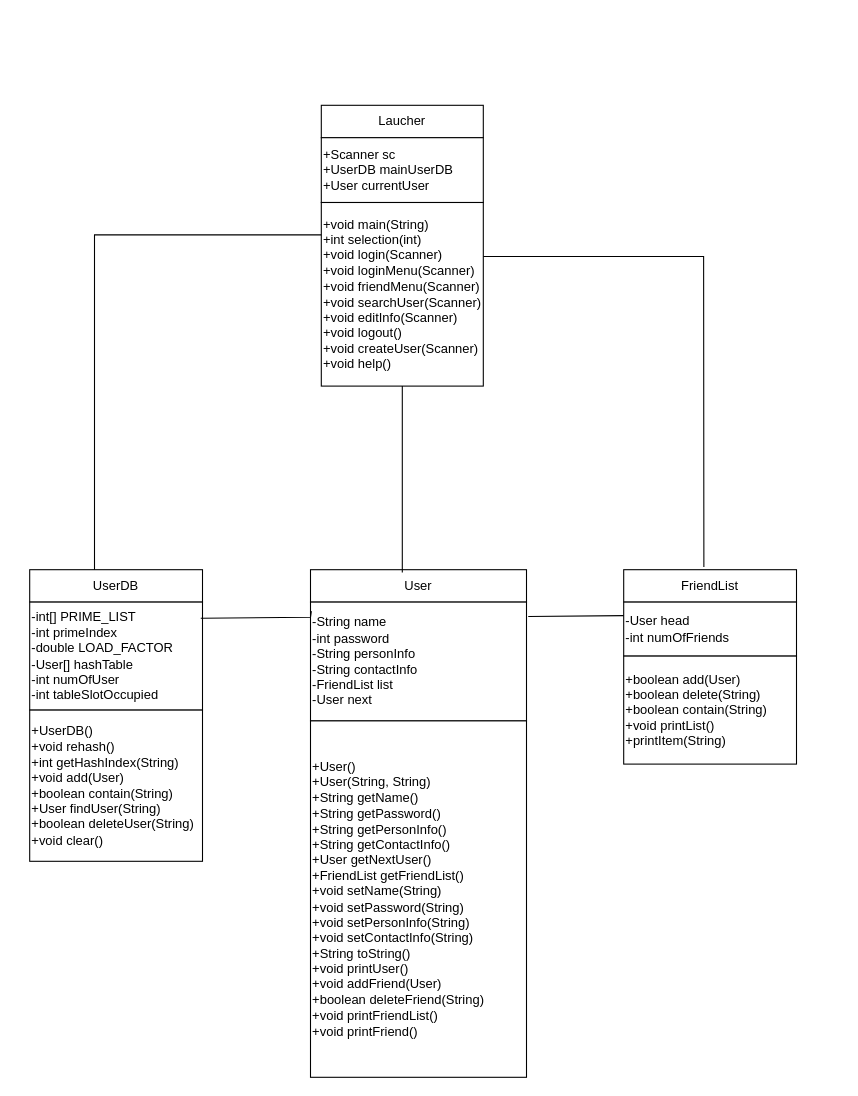
The draw.io diagram Practice/src/FansBook/Untitled Diagram.drawio in Edujesseyang/CIS-D022C, before the edit. Source tidied: cells renumbered, new cells numbered last; positions are measured from the earlier drawing's top-left corner, leaving out a move shared by most shapes. Both pictures are drawn from the tidied source at 108%, with x=0, y=0 at pixel (29, 105).
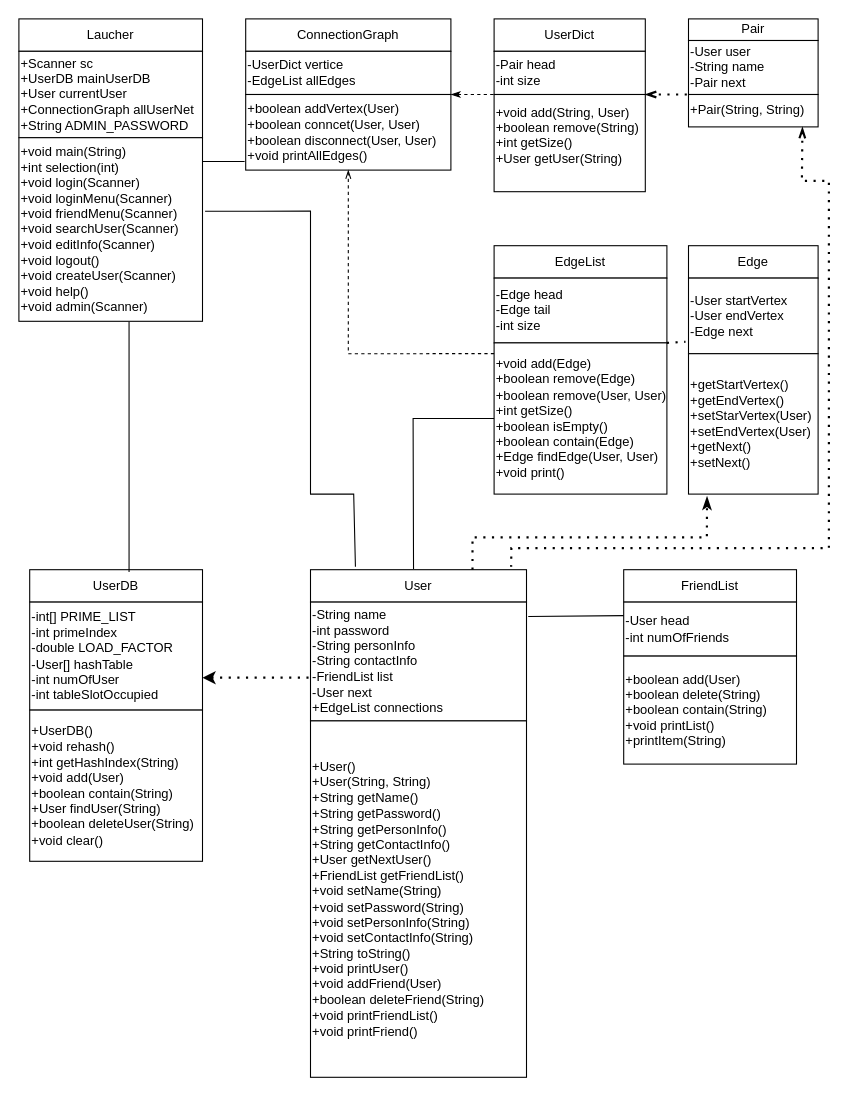
After the change.

Unchanged cells that the change refers to:
```xml
<mxCell id="5" value="User" style="rounded=0;whiteSpace=wrap;html=1;" parent="1" vertex="1">
  <mxGeometry x="260" y="430" width="200" height="30" as="geometry" />
</mxCell>
<mxCell id="8" value="FriendList" style="rounded=0;whiteSpace=wrap;html=1;" parent="1" vertex="1">
  <mxGeometry x="550" y="430" width="160" height="30" as="geometry" />
</mxCell>
<mxCell id="11" value="UserDB" style="rounded=0;whiteSpace=wrap;html=1;" parent="1" vertex="1">
  <mxGeometry y="430" width="160" height="30" as="geometry" />
</mxCell>
<mxCell id="12" value="-int[] PRIME_LIST&lt;div&gt;-int primeIndex&lt;/div&gt;&lt;div&gt;-double LOAD_FACTOR&lt;/div&gt;&lt;div&gt;-User[] hashTable&lt;/div&gt;&lt;div&gt;-int numOfUser&lt;/div&gt;&lt;div&gt;-int tableSlotOccupied&lt;/div&gt;" style="rounded=0;whiteSpace=wrap;html=1;align=left;" parent="1" vertex="1">
  <mxGeometry y="460" width="160" height="100" as="geometry" />
</mxCell>
```

What changed in the source:
```diff
@@
     <mxCell id="2" value="Laucher" style="rounded=0;whiteSpace=wrap;html=1;" parent="1" vertex="1">
-      <mxGeometry x="270" width="150" height="30" as="geometry" />
+      <mxGeometry x="-10" y="-80" width="170" height="30" as="geometry" />
     </mxCell>
-    <mxCell id="3" value="+Scanner sc&lt;div&gt;+UserDB mainUserDB&lt;/div&gt;&lt;div&gt;+User currentUser&lt;/div&gt;" style="rounded=0;whiteSpace=wrap;html=1;align=left;" parent="1" vertex="1">
-      <mxGeometry x="270" y="30" width="150" height="60" as="geometry" />
+    <mxCell id="3" value="+Scanner sc&lt;div&gt;+UserDB mainUserDB&lt;/div&gt;&lt;div&gt;+User currentUser&lt;/div&gt;&lt;div&gt;+ConnectionGraph allUserNet&lt;/div&gt;&lt;div&gt;+String ADMIN_PASSWORD&lt;/div&gt;" style="rounded=0;whiteSpace=wrap;html=1;align=left;" parent="1" vertex="1">
+      <mxGeometry x="-10" y="-50" width="170" height="80" as="geometry" />
     </mxCell>
-    <mxCell id="4" value="+void main(String)&lt;div&gt;+int selection(int)&lt;/div&gt;&lt;div&gt;+void login(Scanner)&lt;/div&gt;&lt;div&gt;+void loginMenu(Scanner)&lt;/div&gt;&lt;div&gt;+void friendMenu(Scanner)&lt;/div&gt;&lt;div&gt;+void searchUser(Scanner)&lt;/div&gt;&lt;div&gt;+void editInfo(Scanner)&lt;/div&gt;&lt;div&gt;+void logout()&lt;/div&gt;&lt;div&gt;+void createUser(Scanner)&lt;/div&gt;&lt;div&gt;+void help()&lt;/div&gt;" style="rounded=0;whiteSpace=wrap;html=1;align=left;" parent="1" vertex="1">
-      <mxGeometry x="270" y="90" width="150" height="170" as="geometry" />
+    <mxCell id="4" value="+void main(String)&lt;div&gt;+int selection(int)&lt;/div&gt;&lt;div&gt;+void login(Scanner)&lt;/div&gt;&lt;div&gt;+void loginMenu(Scanner)&lt;/div&gt;&lt;div&gt;+void friendMenu(Scanner)&lt;/div&gt;&lt;div&gt;+void searchUser(Scanner)&lt;/div&gt;&lt;div&gt;+void editInfo(Scanner)&lt;/div&gt;&lt;div&gt;+void logout()&lt;/div&gt;&lt;div&gt;+void createUser(Scanner)&lt;/div&gt;&lt;div&gt;+void help()&lt;/div&gt;&lt;div&gt;+void admin(Scanner)&lt;/div&gt;" style="rounded=0;whiteSpace=wrap;html=1;align=left;" parent="1" vertex="1">
+      <mxGeometry x="-10" y="30" width="170" height="170" as="geometry" />
     </mxCell>
@@
-    <mxCell id="6" value="-String name&lt;div&gt;-int password&lt;/div&gt;&lt;div&gt;-String personInfo&lt;/div&gt;&lt;div&gt;-String contactInfo&lt;/div&gt;&lt;div&gt;-FriendList list&lt;/div&gt;&lt;div&gt;-User next&lt;/div&gt;" style="rounded=0;whiteSpace=wrap;html=1;align=left;" parent="1" vertex="1">
+    <mxCell id="6" value="-String name&lt;div&gt;-int password&lt;/div&gt;&lt;div&gt;-String personInfo&lt;/div&gt;&lt;div&gt;-String contactInfo&lt;/div&gt;&lt;div&gt;-FriendList list&lt;/div&gt;&lt;div&gt;-User next&lt;/div&gt;&lt;div&gt;+EdgeList connections&lt;/div&gt;" style="rounded=0;whiteSpace=wrap;html=1;align=left;" parent="1" vertex="1">
       <mxGeometry x="260" y="460" width="200" height="110" as="geometry" />
     </mxCell>
@@
-    <mxCell id="14" style="endArrow=none;html=1;rounded=0;exitX=0.99;exitY=0.15;exitDx=0;exitDy=0;exitPerimeter=0;entryX=0.004;entryY=0.076;entryDx=0;entryDy=0;entryPerimeter=0;" parent="1" edge="1" source="12" target="6">
-      <mxGeometry relative="1" as="geometry">
-        <Array as="points">
-          <mxPoint x="260" y="474" />
-        </Array>
-      </mxGeometry>
-    </mxCell>
@@
-    <mxCell id="16" style="endArrow=none;html=1;rounded=0;exitX=0.375;exitY=0;exitDx=0;exitDy=0;exitPerimeter=0;" parent="1" edge="1" source="11">
-      <mxGeometry relative="1" as="geometry">
-        <mxPoint x="270" y="120" as="targetPoint" />
-        <Array as="points">
-          <mxPoint x="60" y="120" />
-        </Array>
-      </mxGeometry>
-    </mxCell>
-    <mxCell id="17" style="endArrow=none;html=1;rounded=0;entryX=0.464;entryY=-0.083;entryDx=0;entryDy=0;entryPerimeter=0;" parent="1" edge="1" target="8">
-      <mxGeometry relative="1" as="geometry">
-        <mxPoint x="420" y="140" as="sourcePoint" />
-        <Array as="points">
-          <mxPoint x="624" y="140" />
-        </Array>
-      </mxGeometry>
-    </mxCell>
+    <mxCell id="19" value="ConnectionGraph" style="rounded=0;whiteSpace=wrap;html=1;" parent="1" vertex="1">
+      <mxGeometry x="200" y="-80" width="190" height="30" as="geometry" />
+    </mxCell>
+    <mxCell id="20" value="-UserDict vertice&lt;div&gt;-EdgeList allEdges&lt;/div&gt;" style="rounded=0;whiteSpace=wrap;html=1;align=left;" parent="1" vertex="1">
+      <mxGeometry x="200" y="-50" width="190" height="40" as="geometry" />
+    </mxCell>
+    <mxCell id="21" value="+boolean addVertex(User)&lt;div&gt;+boolean conncet(User, User)&lt;/div&gt;&lt;div style=&quot;&quot;&gt;+boolean disconnect(User, User)&lt;/div&gt;&lt;div style=&quot;&quot;&gt;+void printAllEdges()&lt;/div&gt;" style="rounded=0;whiteSpace=wrap;html=1;align=left;" parent="1" vertex="1">
+      <mxGeometry x="200" y="-10" width="190" height="70" as="geometry" />
+    </mxCell>
+    <mxCell id="22" value="UserDict" style="rounded=0;whiteSpace=wrap;html=1;" parent="1" vertex="1">
+      <mxGeometry x="430" y="-80" width="140" height="30" as="geometry" />
+    </mxCell>
+    <mxCell id="23" value="-Pair head&lt;div&gt;-int size&lt;/div&gt;" style="rounded=0;whiteSpace=wrap;html=1;align=left;" parent="1" vertex="1">
+      <mxGeometry x="430" y="-50" width="140" height="40" as="geometry" />
+    </mxCell>
+    <mxCell id="24" value="Pair" style="rounded=0;whiteSpace=wrap;html=1;" parent="1" vertex="1">
+      <mxGeometry x="610" y="-80" width="120" height="20" as="geometry" />
+    </mxCell>
+    <mxCell id="25" value="-User user&lt;div&gt;-String name&lt;/div&gt;&lt;div&gt;-Pair next&lt;/div&gt;" style="rounded=0;whiteSpace=wrap;html=1;align=left;" parent="1" vertex="1">
+      <mxGeometry x="610" y="-60" width="120" height="50" as="geometry" />
+    </mxCell>
+    <mxCell id="26" value="+Pair(String, String)" style="rounded=0;whiteSpace=wrap;html=1;align=left;" parent="1" vertex="1">
+      <mxGeometry x="610" y="-10" width="120" height="30" as="geometry" />
+    </mxCell>
+    <mxCell id="27" value="+void add(String, User)&lt;div&gt;+boolean remove(String)&lt;/div&gt;&lt;div style=&quot;&quot;&gt;+int getSize()&lt;/div&gt;&lt;div style=&quot;&quot;&gt;+User getUser(String)&lt;/div&gt;&lt;div style=&quot;&quot;&gt;&lt;br&gt;&lt;/div&gt;" style="rounded=0;whiteSpace=wrap;html=1;align=left;" parent="1" vertex="1">
+      <mxGeometry x="430" y="-10" width="140" height="90" as="geometry" />
+    </mxCell>
+    <mxCell id="28" value="EdgeList" style="rounded=0;whiteSpace=wrap;html=1;" parent="1" vertex="1">
+      <mxGeometry x="430" y="130" width="160" height="30" as="geometry" />
+    </mxCell>
+    <mxCell id="29" value="-Edge head&lt;div&gt;-Edge tail&lt;/div&gt;&lt;div&gt;-int size&lt;/div&gt;" style="rounded=0;whiteSpace=wrap;html=1;align=left;" parent="1" vertex="1">
+      <mxGeometry x="430" y="160" width="160" height="60" as="geometry" />
+    </mxCell>
+    <mxCell id="30" value="+void add(Edge)&lt;div&gt;+boolean remove(Edge)&lt;/div&gt;&lt;div&gt;+boolean remove(User, User)&lt;/div&gt;&lt;div&gt;+int getSize()&lt;/div&gt;&lt;div&gt;+boolean isEmpty()&lt;/div&gt;&lt;div&gt;+boolean contain(Edge)&lt;/div&gt;&lt;div&gt;+Edge findEdge(User, User)&lt;/div&gt;&lt;div&gt;+void print()&lt;/div&gt;" style="rounded=0;whiteSpace=wrap;html=1;align=left;" parent="1" vertex="1">
+      <mxGeometry x="430" y="220" width="160" height="140" as="geometry" />
+    </mxCell>
+    <mxCell id="31" value="Edge" style="rounded=0;whiteSpace=wrap;html=1;" parent="1" vertex="1">
+      <mxGeometry x="610" y="130" width="120" height="30" as="geometry" />
+    </mxCell>
+    <mxCell id="32" value="-User startVertex&lt;div&gt;-User endVertex&lt;/div&gt;&lt;div&gt;-Edge next&lt;/div&gt;" style="rounded=0;whiteSpace=wrap;html=1;align=left;" parent="1" vertex="1">
+      <mxGeometry x="610" y="160" width="120" height="70" as="geometry" />
+    </mxCell>
+    <mxCell id="33" value="+getStartVertex()&lt;div&gt;+getEndVertex()&lt;/div&gt;&lt;div&gt;+setStarVertex(User)&lt;/div&gt;&lt;div&gt;+setEndVertex(User)&lt;/div&gt;&lt;div&gt;+getNext()&lt;/div&gt;&lt;div&gt;+setNext()&lt;/div&gt;" style="rounded=0;whiteSpace=wrap;html=1;align=left;" parent="1" vertex="1">
+      <mxGeometry x="610" y="230" width="120" height="130" as="geometry" />
+    </mxCell>
+    <mxCell id="34" style="endArrow=openThin;dashed=1;html=1;rounded=0;entryX=0.5;entryY=1;entryDx=0;entryDy=0;exitX=0;exitY=0.071;exitDx=0;exitDy=0;exitPerimeter=0;startArrow=none;startFill=0;endFill=0;" parent="1" edge="1" source="30" target="21">
+      <mxGeometry relative="1" as="geometry">
+        <Array as="points">
+          <mxPoint x="295" y="230" />
+        </Array>
+      </mxGeometry>
+    </mxCell>
+    <mxCell id="35" style="endArrow=none;dashed=1;html=1;rounded=0;exitX=1;exitY=0;exitDx=0;exitDy=0;entryX=0;entryY=0;entryDx=0;entryDy=0;startArrow=classicThin;startFill=1;" parent="1" edge="1" source="21" target="27">
+      <mxGeometry relative="1" as="geometry" />
+    </mxCell>
+    <mxCell id="36" style="endArrow=none;dashed=1;html=1;dashPattern=1 3;strokeWidth=2;rounded=0;exitX=1;exitY=0;exitDx=0;exitDy=0;entryX=0;entryY=0;entryDx=0;entryDy=0;startArrow=openThin;startFill=0;" parent="1" edge="1" source="27" target="26">
+      <mxGeometry relative="1" as="geometry" />
+    </mxCell>
+    <mxCell id="37" style="endArrow=none;dashed=1;html=1;dashPattern=1 3;strokeWidth=2;rounded=0;exitX=1;exitY=0;exitDx=0;exitDy=0;entryX=-0.023;entryY=0.842;entryDx=0;entryDy=0;entryPerimeter=0;" parent="1" edge="1" source="30" target="32">
+      <mxGeometry relative="1" as="geometry" />
+    </mxCell>
+    <mxCell id="38" style="endArrow=none;html=1;rounded=0;exitX=0.477;exitY=-0.024;exitDx=0;exitDy=0;exitPerimeter=0;entryX=0;entryY=0.5;entryDx=0;entryDy=0;" parent="1" edge="1" source="5" target="30">
+      <mxGeometry relative="1" as="geometry">
+        <Array as="points">
+          <mxPoint x="355" y="290" />
+        </Array>
+      </mxGeometry>
+    </mxCell>
+    <mxCell id="39" style="endArrow=classicThin;dashed=1;html=1;dashPattern=1 3;strokeWidth=2;rounded=0;exitX=0.75;exitY=0;exitDx=0;exitDy=0;entryX=0.143;entryY=1.018;entryDx=0;entryDy=0;entryPerimeter=0;startArrow=none;startFill=0;endFill=1;" parent="1" edge="1" source="5" target="33">
+      <mxGeometry relative="1" as="geometry">
+        <Array as="points">
+          <mxPoint x="410" y="400" />
+          <mxPoint x="627" y="400" />
+        </Array>
+      </mxGeometry>
+    </mxCell>
+    <mxCell id="40" style="endArrow=none;dashed=1;html=1;dashPattern=1 3;strokeWidth=2;rounded=0;exitX=0.879;exitY=1.01;exitDx=0;exitDy=0;exitPerimeter=0;entryX=0.929;entryY=-0.093;entryDx=0;entryDy=0;entryPerimeter=0;startArrow=openThin;startFill=0;" parent="1" edge="1" source="26" target="5">
+      <mxGeometry relative="1" as="geometry">
+        <Array as="points">
+          <mxPoint x="715" y="70" />
+          <mxPoint x="740" y="70" />
+          <mxPoint x="740" y="410" />
+          <mxPoint x="446" y="410" />
+        </Array>
+      </mxGeometry>
+    </mxCell>
+    <mxCell id="41" style="endArrow=none;html=1;rounded=0;exitX=1.002;exitY=0.13;exitDx=0;exitDy=0;exitPerimeter=0;" parent="1" edge="1" source="4">
+      <mxGeometry relative="1" as="geometry">
+        <mxPoint x="199" y="52" as="targetPoint" />
+      </mxGeometry>
+    </mxCell>
-    <mxCell id="18" style="endArrow=none;html=1;rounded=0;entryX=0.5;entryY=1;entryDx=0;entryDy=0;exitX=0.425;exitY=0.083;exitDx=0;exitDy=0;exitPerimeter=0;" parent="1" edge="1" source="5" target="4">
-      <mxGeometry relative="1" as="geometry" />
+    <mxCell id="18" style="endArrow=none;html=1;rounded=0;exitX=0.208;exitY=-0.093;exitDx=0;exitDy=0;exitPerimeter=0;entryX=1.014;entryY=0.401;entryDx=0;entryDy=0;entryPerimeter=0;" parent="1" edge="1" source="5" target="4">
+      <mxGeometry relative="1" as="geometry">
+        <Array as="points">
+          <mxPoint x="300" y="360" />
+          <mxPoint x="260" y="360" />
+          <mxPoint x="260" y="98" />
+        </Array>
+      </mxGeometry>
     </mxCell>
+    <mxCell id="42" style="endArrow=none;html=1;rounded=0;entryX=0.6;entryY=1.002;entryDx=0;entryDy=0;entryPerimeter=0;exitX=0.575;exitY=0.068;exitDx=0;exitDy=0;exitPerimeter=0;" parent="1" edge="1" source="11" target="4">
+      <mxGeometry relative="1" as="geometry" />
+    </mxCell>
+    <mxCell id="43" style="endArrow=none;dashed=1;html=1;dashPattern=1 3;strokeWidth=2;rounded=0;entryX=-0.009;entryY=0.636;entryDx=0;entryDy=0;entryPerimeter=0;startArrow=classic;startFill=1;" parent="1" edge="1" target="6">
+      <mxGeometry relative="1" as="geometry">
+        <mxPoint x="160" y="530" as="sourcePoint" />
+      </mxGeometry>
+    </mxCell>
```
